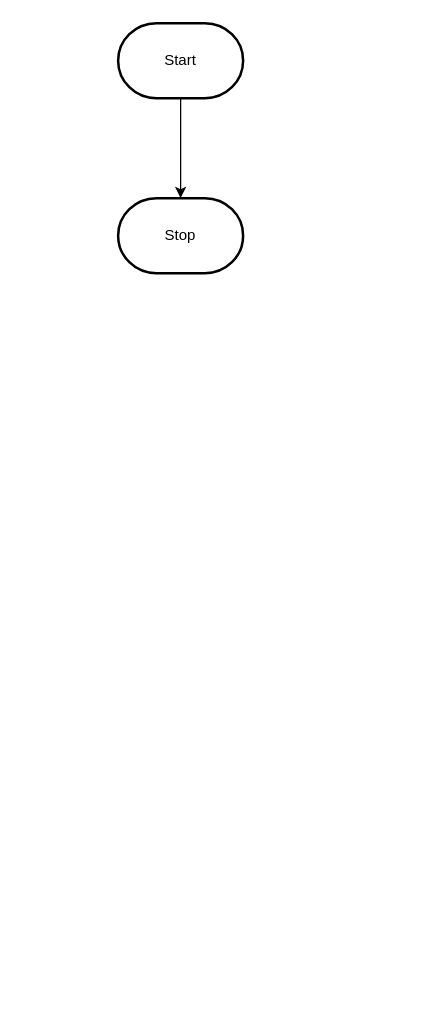
MTHS-ICD2O-1-2023/ICD2O-Assignment-04-yoochan-han keeps this draw.io diagram as design/flowchart.drawio. Above is the earlier version. Source tidied: cells renumbered, new cells numbered last; positions are measured from the earlier drawing's top-left corner, leaving out a move shared by most shapes. Both pictures are drawn from the tidied source at 125%, with x=0, y=0 at pixel (118, 22).
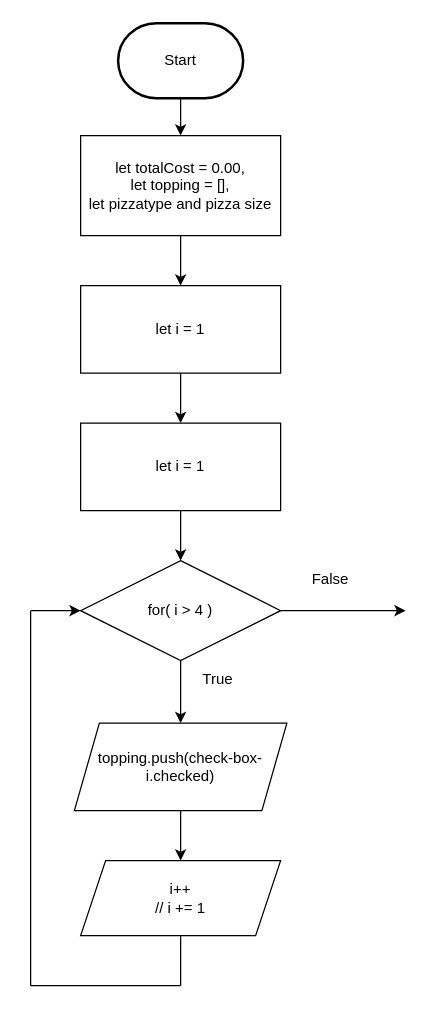
After the change.

Change to the diagram source:
```diff
@@
+    <mxCell id="5" style="edgeStyle=none;html=1;" parent="1" edge="1" source="3" target="2">
+      <mxGeometry relative="1" as="geometry" />
+    </mxCell>
+    <mxCell id="3" value="Start" style="strokeWidth=2;html=1;shape=mxgraph.flowchart.terminator;whiteSpace=wrap;" parent="1" vertex="1">
+      <mxGeometry width="100" height="60" as="geometry" />
+    </mxCell>
+    <mxCell id="6" style="edgeStyle=none;html=1;entryX=0.5;entryY=0;entryDx=0;entryDy=0;" parent="1" edge="1" source="2" target="22">
+      <mxGeometry relative="1" as="geometry" />
+    </mxCell>
-    <mxCell id="2" style="edgeStyle=orthogonalEdgeStyle;html=1;rounded=0;" parent="1" edge="1" source="3" target="4">
-      <mxGeometry relative="1" as="geometry" />
+    <mxCell id="2" value="let totalCost = 0.00,&lt;br&gt;let topping = [],&lt;br&gt;let pizzatype and pizza size" style="rounded=0;whiteSpace=wrap;html=1;" parent="1" vertex="1">
+      <mxGeometry x="-30" y="90" width="160" height="80" as="geometry" />
     </mxCell>
-    <mxCell id="3" value="Start" style="strokeWidth=2;html=1;shape=mxgraph.flowchart.terminator;whiteSpace=wrap;" parent="1" vertex="1">
-      <mxGeometry width="100" height="60" as="geometry" />
-    </mxCell>
-    <mxCell id="4" value="Stop" style="strokeWidth=2;html=1;shape=mxgraph.flowchart.terminator;whiteSpace=wrap;" parent="1" vertex="1">
-      <mxGeometry y="140" width="100" height="60" as="geometry" />
-    </mxCell>
+    <mxCell id="7" style="edgeStyle=none;html=1;entryX=0.5;entryY=0;entryDx=0;entryDy=0;" parent="1" edge="1" source="8" target="12">
+      <mxGeometry relative="1" as="geometry" />
+    </mxCell>
+    <mxCell id="8" value="for( i &amp;gt; 4 )" style="rhombus;whiteSpace=wrap;html=1;" parent="1" vertex="1">
+      <mxGeometry x="-30" y="430" width="160" height="80" as="geometry" />
+    </mxCell>
+    <mxCell id="9" style="edgeStyle=none;html=1;entryX=0.5;entryY=0;entryDx=0;entryDy=0;" parent="1" edge="1" source="10" target="8">
+      <mxGeometry relative="1" as="geometry" />
+    </mxCell>
+    <mxCell id="10" value="let i = 1" style="rounded=0;whiteSpace=wrap;html=1;" parent="1" vertex="1">
+      <mxGeometry x="-30" y="320" width="160" height="70" as="geometry" />
+    </mxCell>
+    <mxCell id="11" style="edgeStyle=none;html=1;" parent="1" edge="1" source="12" target="13">
+      <mxGeometry relative="1" as="geometry" />
+    </mxCell>
+    <mxCell id="12" value="topping.push(check-box-i.checked)" style="shape=parallelogram;perimeter=parallelogramPerimeter;whiteSpace=wrap;html=1;fixedSize=1;" parent="1" vertex="1">
+      <mxGeometry x="-35" y="560" width="170" height="70" as="geometry" />
+    </mxCell>
+    <mxCell id="13" value="i++&lt;br&gt;// i += 1" style="shape=parallelogram;perimeter=parallelogramPerimeter;whiteSpace=wrap;html=1;fixedSize=1;" parent="1" vertex="1">
+      <mxGeometry x="-30" y="670" width="160" height="60" as="geometry" />
+    </mxCell>
+    <mxCell id="14" value="True" style="text;html=1;strokeColor=none;fillColor=none;align=center;verticalAlign=middle;whiteSpace=wrap;rounded=0;" parent="1" vertex="1">
+      <mxGeometry x="50" y="510" width="60" height="30" as="geometry" />
+    </mxCell>
+    <mxCell id="15" value="False" style="text;html=1;strokeColor=none;fillColor=none;align=center;verticalAlign=middle;whiteSpace=wrap;rounded=0;" parent="1" vertex="1">
+      <mxGeometry x="140" y="430" width="60" height="30" as="geometry" />
+    </mxCell>
+    <mxCell id="16" style="endArrow=none;html=1;entryX=0.5;entryY=1;entryDx=0;entryDy=0;" parent="1" edge="1" target="13">
+      <mxGeometry relative="1" as="geometry">
+        <mxPoint x="50" y="770" as="sourcePoint" />
+      </mxGeometry>
+    </mxCell>
+    <mxCell id="17" style="endArrow=none;html=1;" parent="1" edge="1">
+      <mxGeometry relative="1" as="geometry">
+        <mxPoint x="50" y="770" as="sourcePoint" />
+        <mxPoint x="-70" y="770" as="targetPoint" />
+      </mxGeometry>
+    </mxCell>
+    <mxCell id="18" style="endArrow=none;html=1;" parent="1" edge="1">
+      <mxGeometry relative="1" as="geometry">
+        <mxPoint x="-70" y="470" as="sourcePoint" />
+        <mxPoint x="-70" y="770" as="targetPoint" />
+      </mxGeometry>
+    </mxCell>
+    <mxCell id="19" style="endArrow=classic;html=1;entryX=0;entryY=0.5;entryDx=0;entryDy=0;" parent="1" edge="1" target="8">
+      <mxGeometry relative="1" as="geometry">
+        <mxPoint x="-70" y="470" as="sourcePoint" />
+      </mxGeometry>
+    </mxCell>
+    <mxCell id="20" style="endArrow=classic;html=1;exitX=1;exitY=0.5;exitDx=0;exitDy=0;" parent="1" edge="1" source="8">
+      <mxGeometry relative="1" as="geometry">
+        <mxPoint x="230" y="470" as="targetPoint" />
+      </mxGeometry>
+    </mxCell>
+    <mxCell id="21" style="edgeStyle=none;html=1;entryX=0.5;entryY=0;entryDx=0;entryDy=0;" parent="1" edge="1" source="22" target="10">
+      <mxGeometry relative="1" as="geometry" />
+    </mxCell>
+    <mxCell id="22" value="let i = 1" style="rounded=0;whiteSpace=wrap;html=1;" parent="1" vertex="1">
+      <mxGeometry x="-30" y="210" width="160" height="70" as="geometry" />
+    </mxCell>
```
